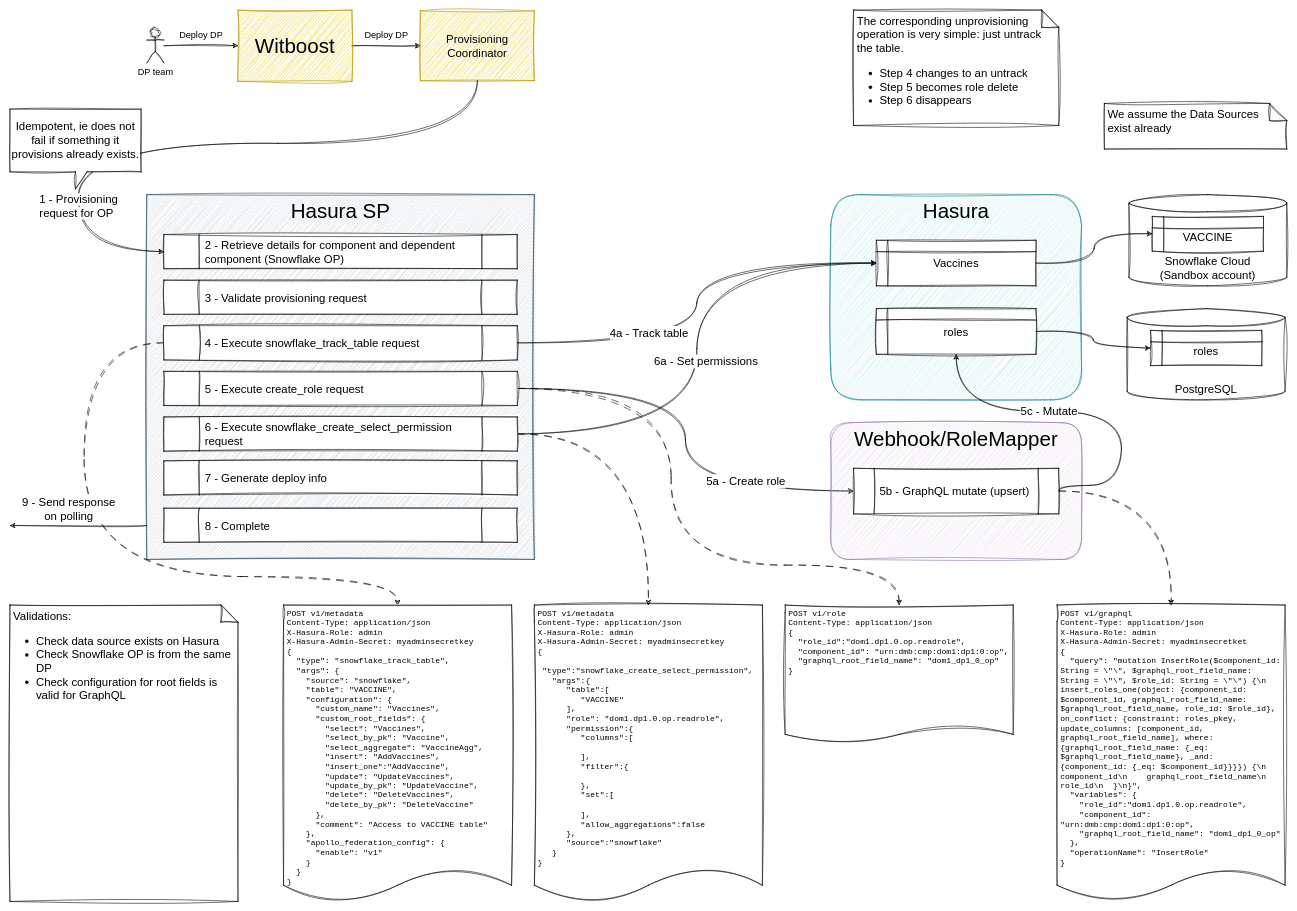
This is page "Provisioning and unprovisioning" (3 of 7) of hld/hld.drawio from agile-lab-dev/witboost-hasura-specific-provisioner, a draw.io file, before an edit. Source tidied: cells renumbered, new cells numbered last; positions are measured from the earlier drawing's top-left corner, leaving out a move shared by most shapes. Both pictures are drawn from the tidied source at 57%, with x=0, y=0 at pixel (10, 10).
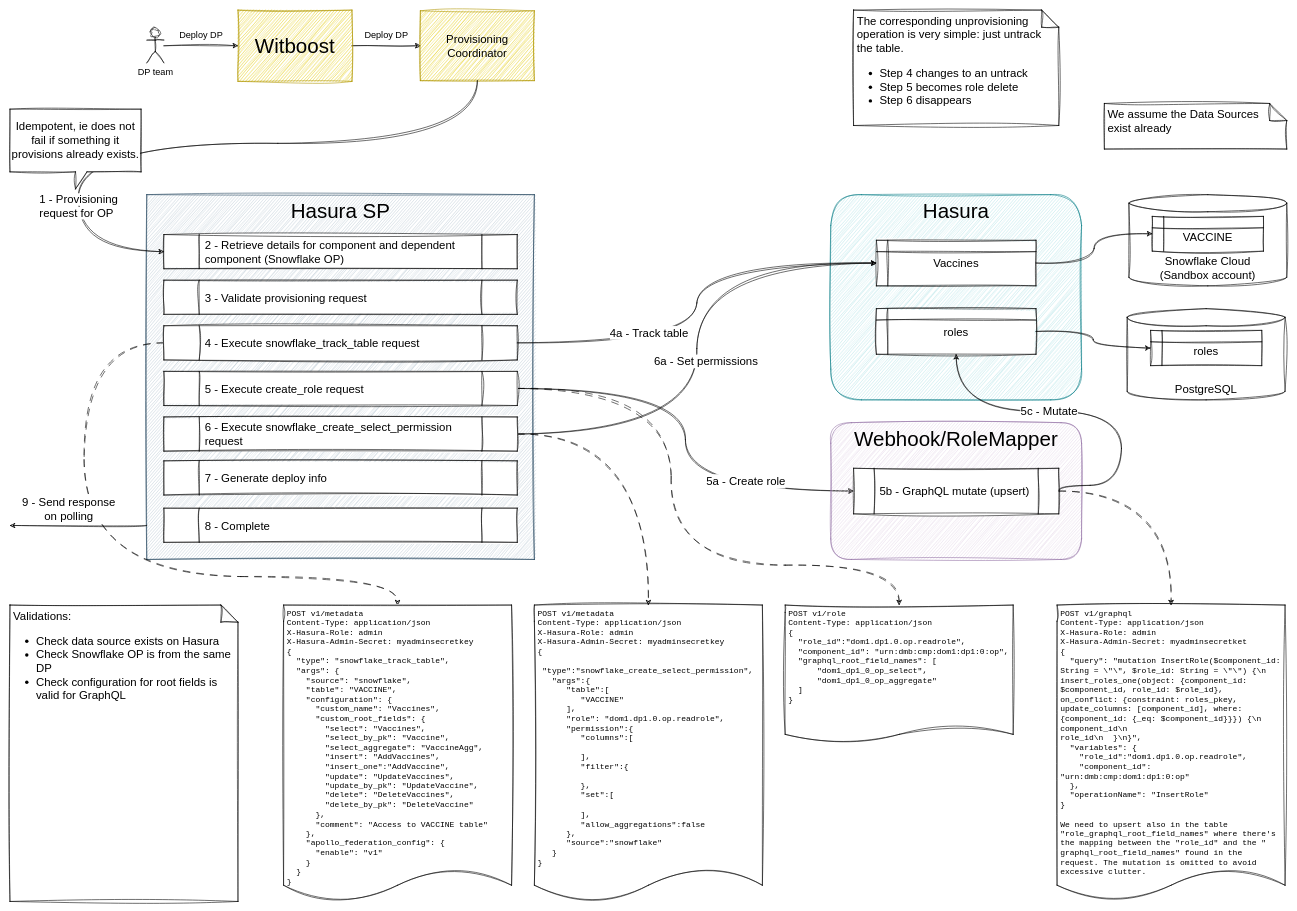
After the change.

The edit, as a diff of the source:
```diff
@@
-    <mxCell id="45" value="&lt;div style=&quot;font-size: 14px;&quot;&gt;POST v1/role&lt;br style=&quot;font-size: 14px;&quot;&gt;Content-Type: application/json&lt;br style=&quot;font-size: 14px;&quot;&gt;{&lt;/div&gt;&lt;div style=&quot;font-size: 14px;&quot;&gt;&amp;nbsp; &quot;role_id&quot;:&quot;dom1.dp1.0.op.readrole&quot;,&lt;/div&gt;&lt;div style=&quot;font-size: 14px;&quot;&gt;&amp;nbsp; &quot;component_id&quot;: &quot;urn:dmb:cmp:dom1:dp1:0:op&lt;span style=&quot;background-color: initial;&quot;&gt;&quot;,&lt;/span&gt;&lt;/div&gt;&lt;div style=&quot;font-size: 14px;&quot;&gt;&lt;span style=&quot;background-color: initial;&quot;&gt;&amp;nbsp; &quot;graphql_root_field_name&quot;: &quot;dom1_dp1_0_op&quot;&lt;/span&gt;&lt;/div&gt;&lt;div style=&quot;font-size: 14px;&quot;&gt;}&lt;/div&gt;&lt;span style=&quot;font-size: 14px; background-color: initial;&quot;&gt;&lt;br&gt;&lt;/span&gt;" style="shape=document;whiteSpace=wrap;html=1;boundedLbl=1;sketch=1;hachureGap=4;jiggle=2;curveFitting=1;fontFamily=Courier New;fontSize=14;fontColor=default;align=left;verticalAlign=top;size=0.109375;spacingLeft=4;" parent="1" vertex="1">
+    <mxCell id="45" value="&lt;div style=&quot;font-size: 14px;&quot;&gt;POST v1/role&lt;br style=&quot;font-size: 14px;&quot;&gt;Content-Type: application/json&lt;br style=&quot;font-size: 14px;&quot;&gt;{&lt;/div&gt;&lt;div style=&quot;font-size: 14px;&quot;&gt;&amp;nbsp; &quot;role_id&quot;:&quot;dom1.dp1.0.op.readrole&quot;,&lt;/div&gt;&lt;div style=&quot;font-size: 14px;&quot;&gt;&amp;nbsp; &quot;component_id&quot;: &quot;urn:dmb:cmp:dom1:dp1:0:op&lt;span style=&quot;background-color: initial;&quot;&gt;&quot;,&lt;/span&gt;&lt;/div&gt;&lt;div style=&quot;font-size: 14px;&quot;&gt;&lt;span style=&quot;background-color: initial;&quot;&gt;&amp;nbsp;&amp;nbsp;&lt;/span&gt;&quot;graphql_root_field_names&quot;: [&lt;/div&gt;&lt;div&gt;&amp;nbsp; &amp;nbsp; &amp;nbsp; &quot;dom1_dp1_0_op_select&quot;,&lt;/div&gt;&lt;div&gt;&amp;nbsp; &amp;nbsp; &amp;nbsp; &quot;dom1_dp1_0_op_aggregate&quot;&lt;/div&gt;&lt;div&gt;&amp;nbsp; ]&lt;/div&gt;&lt;div style=&quot;font-size: 14px;&quot;&gt;}&lt;/div&gt;&lt;span style=&quot;font-size: 14px; background-color: initial;&quot;&gt;&lt;br&gt;&lt;/span&gt;" style="shape=document;whiteSpace=wrap;html=1;boundedLbl=1;sketch=1;hachureGap=4;jiggle=2;curveFitting=1;fontFamily=Courier New;fontSize=14;fontColor=default;align=left;verticalAlign=top;size=0.109375;spacingLeft=4;" parent="1" vertex="1">
       <mxGeometry x="1360" y="1044" width="400" height="240" as="geometry" />
     </mxCell>
@@
-    <mxCell id="50" value="&lt;div style=&quot;font-size: 14px;&quot;&gt;&lt;/div&gt;&lt;span style=&quot;font-size: 14px; background-color: initial;&quot;&gt;&lt;div&gt;POST v1/graphql&lt;/div&gt;&lt;div&gt;Content-Type: application/json&lt;br style=&quot;border-color: var(--border-color);&quot;&gt;X-Hasura-Role: admin&lt;br style=&quot;border-color: var(--border-color);&quot;&gt;X-Hasura-Admin-Secret: myadminsecretket&lt;br&gt;&lt;/div&gt;&lt;div&gt;{&lt;/div&gt;&lt;div&gt;&amp;nbsp; &quot;query&quot;: &quot;mutation InsertRole($component_id: String = \&quot;\&quot;, $graphql_root_field_name: String = \&quot;\&quot;, $role_id: String = \&quot;\&quot;) {\n&amp;nbsp; insert_roles_one(object: {component_id: $component_id, graphql_root_field_name: $graphql_root_field_name, role_id: $role_id}, on_conflict: {constraint: roles_pkey, update_columns: [component_id, graphql_root_field_name], where: {graphql_root_field_name: {_eq: $graphql_root_field_name}, _and: {component_id: {_eq: $component_id}}}}) {\n&amp;nbsp; &amp;nbsp; component_id\n&amp;nbsp; &amp;nbsp; graphql_root_field_name\n&amp;nbsp; &amp;nbsp; role_id\n&amp;nbsp; }\n}&quot;,&lt;/div&gt;&lt;div&gt;&amp;nbsp; &quot;variables&quot;: {&lt;/div&gt;&lt;div&gt;&amp;nbsp; &amp;nbsp; &quot;role_id&quot;:&quot;dom1.dp1.0.op.readrole&quot;,&lt;/div&gt;&lt;div&gt;&amp;nbsp; &amp;nbsp; &quot;component_id&quot;: &quot;urn:dmb:cmp:dom1:dp1:0:op&quot;,&lt;/div&gt;&lt;div&gt;&amp;nbsp; &amp;nbsp; &quot;graphql_root_field_name&quot;: &quot;dom1_dp1_0_op&quot;&lt;/div&gt;&lt;div&gt;&amp;nbsp; },&lt;/div&gt;&lt;div&gt;&amp;nbsp; &quot;operationName&quot;: &quot;InsertRole&quot;&lt;/div&gt;&lt;div&gt;}&lt;/div&gt;&lt;/span&gt;" style="shape=document;whiteSpace=wrap;html=1;boundedLbl=1;sketch=1;hachureGap=4;jiggle=2;curveFitting=1;fontFamily=Courier New;fontSize=14;fontColor=default;align=left;verticalAlign=top;size=0.109375;spacingLeft=4;" parent="1" vertex="1">
+    <mxCell id="50" value="&lt;div style=&quot;font-size: 14px;&quot;&gt;&lt;/div&gt;&lt;div&gt;POST v1/graphql&lt;/div&gt;&lt;div&gt;Content-Type: application/json&lt;br style=&quot;border-color: var(--border-color);&quot;&gt;X-Hasura-Role: admin&lt;br style=&quot;border-color: var(--border-color);&quot;&gt;X-Hasura-Admin-Secret: myadminsecretket&lt;br&gt;&lt;/div&gt;&lt;div&gt;{&lt;/div&gt;&lt;div&gt;&amp;nbsp; &quot;query&quot;: &quot;mutation InsertRole($component_id: String = \&quot;\&quot;, $role_id: String = \&quot;\&quot;) {\n&amp;nbsp; insert_roles_one(object: {component_id: $component_id, role_id: $role_id}, on_conflict: {constraint: roles_pkey, update_columns: [component_id], where: {component_id: {_eq: $component_id}}}) {\n&amp;nbsp; &amp;nbsp; component_id\n&amp;nbsp; &amp;nbsp;&amp;nbsp;&lt;/div&gt;&lt;div&gt;role_id\n&amp;nbsp; }\n}&quot;,&lt;/div&gt;&lt;div&gt;&amp;nbsp; &quot;variables&quot;: {&lt;/div&gt;&lt;div&gt;&amp;nbsp; &amp;nbsp; &quot;role_id&quot;:&quot;dom1.dp1.0.op.readrole&quot;,&lt;/div&gt;&lt;div&gt;&amp;nbsp; &amp;nbsp; &quot;component_id&quot;: &quot;urn:dmb:cmp:dom1:dp1:0:op&quot;&lt;/div&gt;&lt;div&gt;&amp;nbsp; },&lt;/div&gt;&lt;div&gt;&amp;nbsp; &quot;operationName&quot;: &quot;InsertRole&quot;&lt;/div&gt;&lt;div&gt;}&lt;/div&gt;&lt;div&gt;&lt;br&gt;&lt;/div&gt;&lt;div&gt;We need to upsert also in the table &quot;role_graphql_root_field_names&quot; where there's the mapping between the &quot;role_id&quot; and the &quot;&lt;/div&gt;&lt;code&gt;graphql_root_field_names&lt;span style=&quot;background-color: initial; font-family: &amp;quot;Courier New&amp;quot;;&quot;&gt;&quot; found in the request. The mutation is&amp;nbsp;&lt;/span&gt;omitted to avoid excessive clutter.&lt;br&gt;&lt;/code&gt;&lt;span style=&quot;font-size: 14px; background-color: initial;&quot;&gt;&lt;div&gt;&lt;br&gt;&lt;/div&gt;&lt;div&gt;&lt;br&gt;&lt;/div&gt;&lt;/span&gt;" style="shape=document;whiteSpace=wrap;html=1;boundedLbl=1;sketch=1;hachureGap=4;jiggle=2;curveFitting=1;fontFamily=Courier New;fontSize=14;fontColor=default;align=left;verticalAlign=top;size=0.109375;spacingLeft=4;" parent="1" vertex="1">
       <mxGeometry x="1837" y="1044" width="400" height="520" as="geometry" />
     </mxCell>
```
